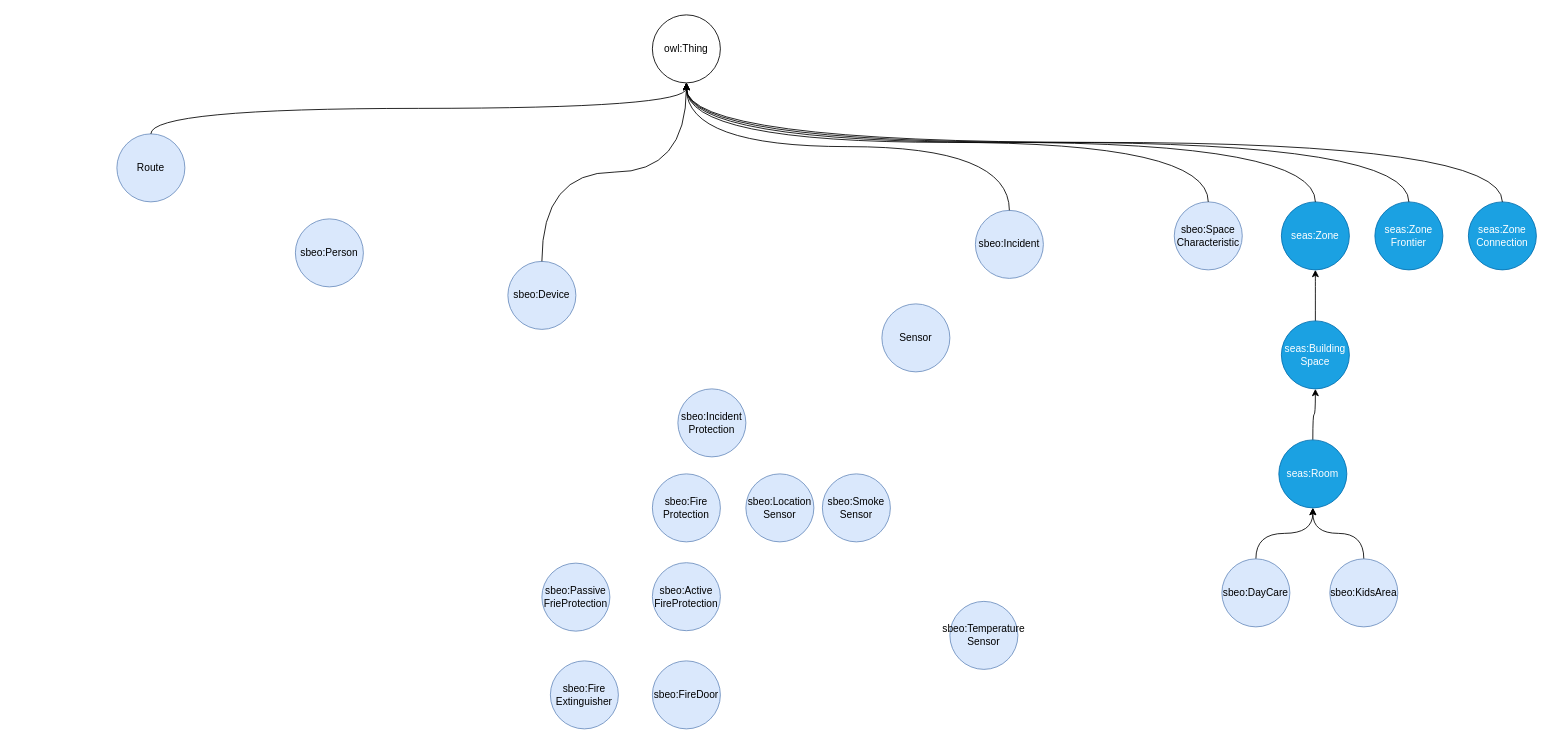
Earlier version of the draw.io diagram SBEO_Classes_PropertiesDiagram.drawio (qasimkhalid/SBEO). Source tidied: cells renumbered, new cells numbered last; positions are measured from the earlier drawing's top-left corner, leaving out a move shared by most shapes. Both pictures are drawn from the tidied source at 85%, with x=0, y=0 at pixel (116, 14).
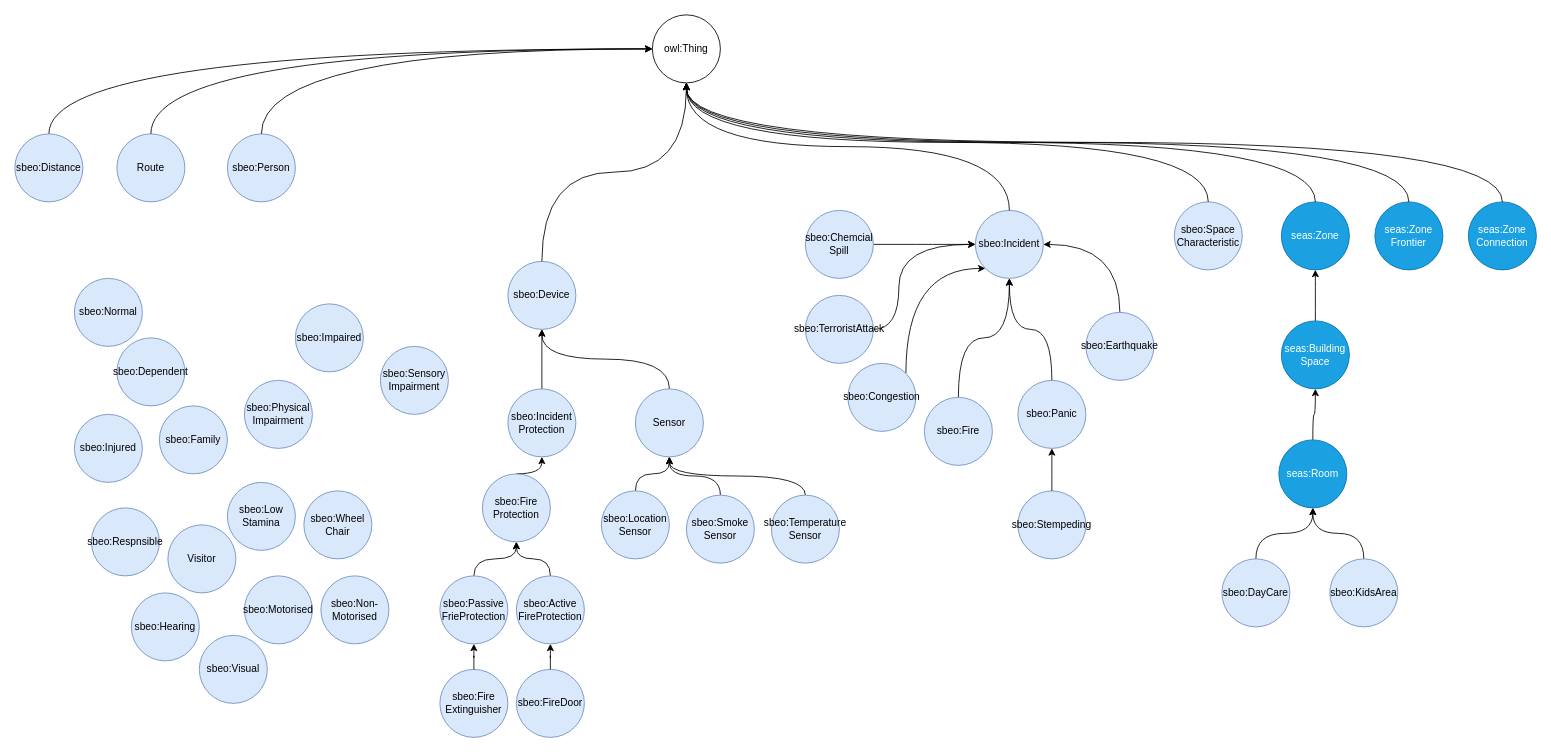
The same page after the edit.

The change refers to these unchanged cells:
```xml
<mxCell id="2" value="sbeo:Device" style="ellipse;whiteSpace=wrap;html=1;fillColor=#dae8fc;strokeColor=#6c8ebf;" parent="1" vertex="1">
  <mxGeometry x="460" y="290" width="80" height="80" as="geometry" />
</mxCell>
<mxCell id="5" value="sbeo:Incident" style="ellipse;whiteSpace=wrap;html=1;fillColor=#dae8fc;strokeColor=#6c8ebf;" parent="1" vertex="1">
  <mxGeometry x="1010" y="230" width="80" height="80" as="geometry" />
</mxCell>
<mxCell id="6" value="Route" style="ellipse;whiteSpace=wrap;html=1;fillColor=#dae8fc;strokeColor=#6c8ebf;" parent="1" vertex="1">
  <mxGeometry y="140" width="80" height="80" as="geometry" />
</mxCell>
<mxCell id="18" value="owl:Thing" style="ellipse;whiteSpace=wrap;html=1;" parent="1" vertex="1">
  <mxGeometry x="630" width="80" height="80" as="geometry" />
</mxCell>
```

Change to the diagram source:
```diff
@@
+    <mxCell id="36" style="edgeStyle=orthogonalEdgeStyle;curved=1;comic=0;jettySize=auto;html=1;exitX=0.5;exitY=1;exitDx=0;exitDy=0;shadow=0;startArrow=classic;startFill=1;endArrow=none;endFill=0;" parent="1" edge="1" source="2" target="19">
+      <mxGeometry relative="1" as="geometry" />
+    </mxCell>
+    <mxCell id="37" style="edgeStyle=orthogonalEdgeStyle;curved=1;comic=0;jettySize=auto;html=1;shadow=0;startArrow=classic;startFill=1;endArrow=none;endFill=0;exitX=0.5;exitY=1;exitDx=0;exitDy=0;" parent="1" edge="1" source="2" target="27">
+      <mxGeometry relative="1" as="geometry" />
+    </mxCell>
@@
     <mxCell id="4" value="sbeo:Person" style="ellipse;whiteSpace=wrap;html=1;fillColor=#dae8fc;strokeColor=#6c8ebf;" parent="1" vertex="1">
-      <mxGeometry x="210" y="240" width="80" height="80" as="geometry" />
+      <mxGeometry x="130" y="140" width="80" height="80" as="geometry" />
     </mxCell>
+    <mxCell id="38" style="edgeStyle=orthogonalEdgeStyle;curved=1;comic=0;jettySize=auto;html=1;entryX=1;entryY=0.5;entryDx=0;entryDy=0;shadow=0;startArrow=classic;startFill=1;endArrow=none;endFill=0;" parent="1" edge="1" source="5" target="62">
+      <mxGeometry relative="1" as="geometry" />
+    </mxCell>
+    <mxCell id="39" style="edgeStyle=orthogonalEdgeStyle;curved=1;comic=0;jettySize=auto;html=1;entryX=1;entryY=0.5;entryDx=0;entryDy=0;shadow=0;startArrow=classic;startFill=1;endArrow=none;endFill=0;" parent="1" edge="1" source="5" target="55">
+      <mxGeometry relative="1" as="geometry">
+        <Array as="points">
+          <mxPoint x="920" y="270" />
+          <mxPoint x="920" y="370" />
+        </Array>
+      </mxGeometry>
+    </mxCell>
+    <mxCell id="40" style="edgeStyle=orthogonalEdgeStyle;curved=1;comic=0;jettySize=auto;html=1;exitX=0.5;exitY=1;exitDx=0;exitDy=0;entryX=0.5;entryY=0;entryDx=0;entryDy=0;shadow=0;startArrow=classic;startFill=1;endArrow=none;endFill=0;" parent="1" edge="1" source="5" target="59">
+      <mxGeometry relative="1" as="geometry" />
+    </mxCell>
+    <mxCell id="41" style="edgeStyle=orthogonalEdgeStyle;curved=1;comic=0;jettySize=auto;html=1;entryX=0.5;entryY=0;entryDx=0;entryDy=0;shadow=0;startArrow=classic;startFill=1;endArrow=none;endFill=0;" parent="1" edge="1" source="5" target="58">
+      <mxGeometry relative="1" as="geometry" />
+    </mxCell>
+    <mxCell id="42" style="edgeStyle=orthogonalEdgeStyle;curved=1;comic=0;jettySize=auto;html=1;entryX=0.5;entryY=0;entryDx=0;entryDy=0;shadow=0;startArrow=classic;startFill=1;endArrow=none;endFill=0;exitX=1;exitY=0.5;exitDx=0;exitDy=0;" parent="1" edge="1" source="5" target="60">
+      <mxGeometry relative="1" as="geometry" />
+    </mxCell>
+    <mxCell id="43" style="edgeStyle=orthogonalEdgeStyle;curved=1;comic=0;jettySize=auto;html=1;exitX=0;exitY=1;exitDx=0;exitDy=0;entryX=1;entryY=0;entryDx=0;entryDy=0;shadow=0;startArrow=classic;startFill=1;endArrow=none;endFill=0;" parent="1" edge="1" source="5" target="61">
+      <mxGeometry relative="1" as="geometry" />
+    </mxCell>
@@
-    <mxCell id="11" style="edgeStyle=orthogonalEdgeStyle;curved=1;comic=0;jettySize=auto;html=1;exitX=0.5;exitY=1;exitDx=0;exitDy=0;entryX=0.5;entryY=0;entryDx=0;entryDy=0;shadow=0;startArrow=classic;startFill=1;endArrow=none;endFill=0;" parent="1" edge="1" source="18" target="6">
-      <mxGeometry relative="1" as="geometry" />
-    </mxCell>
@@
+    <mxCell id="44" style="edgeStyle=orthogonalEdgeStyle;curved=1;comic=0;jettySize=auto;html=1;shadow=0;startArrow=classic;startFill=1;endArrow=none;endFill=0;" parent="1" edge="1" source="18" target="54">
+      <mxGeometry relative="1" as="geometry" />
+    </mxCell>
+    <mxCell id="11" style="edgeStyle=orthogonalEdgeStyle;curved=1;comic=0;jettySize=auto;html=1;shadow=0;startArrow=classic;startFill=1;endArrow=none;endFill=0;" parent="1" edge="1" source="18" target="6">
+      <mxGeometry relative="1" as="geometry" />
+    </mxCell>
+    <mxCell id="45" style="edgeStyle=orthogonalEdgeStyle;curved=1;comic=0;jettySize=auto;html=1;entryX=0.5;entryY=0;entryDx=0;entryDy=0;shadow=0;startArrow=classic;startFill=1;endArrow=none;endFill=0;" parent="1" edge="1" source="18" target="4">
+      <mxGeometry relative="1" as="geometry" />
+    </mxCell>
@@
+    <mxCell id="46" style="edgeStyle=orthogonalEdgeStyle;curved=1;comic=0;jettySize=auto;html=1;exitX=0.5;exitY=1;exitDx=0;exitDy=0;shadow=0;startArrow=classic;startFill=1;endArrow=none;endFill=0;" parent="1" edge="1" source="19" target="28">
+      <mxGeometry relative="1" as="geometry" />
+    </mxCell>
     <mxCell id="19" value="sbeo:Incident&lt;br&gt;Protection" style="ellipse;whiteSpace=wrap;html=1;fillColor=#dae8fc;strokeColor=#6c8ebf;" parent="1" vertex="1">
-      <mxGeometry x="660" y="440" width="80" height="80" as="geometry" />
+      <mxGeometry x="460" y="440" width="80" height="80" as="geometry" />
     </mxCell>
@@
+    <mxCell id="47" style="edgeStyle=orthogonalEdgeStyle;curved=1;comic=0;jettySize=auto;html=1;shadow=0;startArrow=classic;startFill=1;endArrow=none;endFill=0;" parent="1" edge="1" source="27" target="31">
+      <mxGeometry relative="1" as="geometry" />
+    </mxCell>
+    <mxCell id="48" style="edgeStyle=orthogonalEdgeStyle;curved=1;comic=0;jettySize=auto;html=1;exitX=0.5;exitY=1;exitDx=0;exitDy=0;shadow=0;startArrow=classic;startFill=1;endArrow=none;endFill=0;" parent="1" edge="1" source="27" target="30">
+      <mxGeometry relative="1" as="geometry" />
+    </mxCell>
+    <mxCell id="49" style="edgeStyle=orthogonalEdgeStyle;curved=1;comic=0;jettySize=auto;html=1;entryX=0.5;entryY=0;entryDx=0;entryDy=0;shadow=0;startArrow=classic;startFill=1;endArrow=none;endFill=0;exitX=0.5;exitY=1;exitDx=0;exitDy=0;" parent="1" edge="1" source="27" target="29">
+      <mxGeometry relative="1" as="geometry" />
+    </mxCell>
     <mxCell id="27" value="Sensor" style="ellipse;whiteSpace=wrap;html=1;fillColor=#dae8fc;strokeColor=#6c8ebf;" parent="1" vertex="1">
-      <mxGeometry x="900" y="340" width="80" height="80" as="geometry" />
+      <mxGeometry x="610" y="440" width="80" height="80" as="geometry" />
     </mxCell>
+    <mxCell id="50" style="edgeStyle=orthogonalEdgeStyle;curved=1;comic=0;jettySize=auto;html=1;exitX=0.5;exitY=1;exitDx=0;exitDy=0;shadow=0;startArrow=classic;startFill=1;endArrow=none;endFill=0;" parent="1" edge="1" source="28" target="34">
+      <mxGeometry relative="1" as="geometry" />
+    </mxCell>
+    <mxCell id="51" style="edgeStyle=orthogonalEdgeStyle;curved=1;comic=0;jettySize=auto;html=1;shadow=0;startArrow=classic;startFill=1;endArrow=none;endFill=0;exitX=0.5;exitY=1;exitDx=0;exitDy=0;" parent="1" edge="1" source="28" target="35">
+      <mxGeometry relative="1" as="geometry" />
+    </mxCell>
     <mxCell id="28" value="sbeo:Fire&lt;br&gt;Protection" style="ellipse;whiteSpace=wrap;html=1;fillColor=#dae8fc;strokeColor=#6c8ebf;" parent="1" vertex="1">
-      <mxGeometry x="630" y="540" width="80" height="80" as="geometry" />
+      <mxGeometry x="430" y="540" width="80" height="80" as="geometry" />
     </mxCell>
     <mxCell id="29" value="&lt;span style=&quot;white-space: normal&quot;&gt;sbeo:Temperature&lt;br&gt;Sensor&lt;br&gt;&lt;/span&gt;" style="ellipse;whiteSpace=wrap;html=1;fillColor=#dae8fc;strokeColor=#6c8ebf;" parent="1" vertex="1">
-      <mxGeometry x="980" y="690" width="80" height="80" as="geometry" />
+      <mxGeometry x="770" y="565" width="80" height="80" as="geometry" />
     </mxCell>
     <mxCell id="30" value="&lt;span style=&quot;white-space: normal&quot;&gt;sbeo:Smoke&lt;br&gt;Sensor&lt;/span&gt;" style="ellipse;whiteSpace=wrap;html=1;fillColor=#dae8fc;strokeColor=#6c8ebf;" parent="1" vertex="1">
-      <mxGeometry x="830" y="540" width="80" height="80" as="geometry" />
+      <mxGeometry x="670" y="565" width="80" height="80" as="geometry" />
     </mxCell>
     <mxCell id="31" value="&lt;span style=&quot;white-space: normal&quot;&gt;sbeo:Location&lt;br&gt;Sensor&lt;/span&gt;" style="ellipse;whiteSpace=wrap;html=1;fillColor=#dae8fc;strokeColor=#6c8ebf;" parent="1" vertex="1">
-      <mxGeometry x="740" y="540" width="80" height="80" as="geometry" />
+      <mxGeometry x="570" y="560" width="80" height="80" as="geometry" />
     </mxCell>
     <mxCell id="32" value="&lt;span style=&quot;white-space: normal&quot;&gt;sbeo:FireDoor&lt;/span&gt;" style="ellipse;whiteSpace=wrap;html=1;fillColor=#dae8fc;strokeColor=#6c8ebf;" parent="1" vertex="1">
-      <mxGeometry x="630" y="760" width="80" height="80" as="geometry" />
+      <mxGeometry x="470" y="770" width="80" height="80" as="geometry" />
     </mxCell>
     <mxCell id="33" value="&lt;span style=&quot;white-space: normal&quot;&gt;sbeo:Fire&lt;br&gt;Extinguisher&lt;br&gt;&lt;/span&gt;" style="ellipse;whiteSpace=wrap;html=1;fillColor=#dae8fc;strokeColor=#6c8ebf;" parent="1" vertex="1">
-      <mxGeometry x="510" y="760" width="80" height="80" as="geometry" />
+      <mxGeometry x="380" y="770" width="80" height="80" as="geometry" />
     </mxCell>
+    <mxCell id="52" style="edgeStyle=orthogonalEdgeStyle;curved=1;comic=0;jettySize=auto;html=1;shadow=0;startArrow=classic;startFill=1;endArrow=none;endFill=0;" parent="1" edge="1" source="34" target="33">
+      <mxGeometry relative="1" as="geometry" />
+    </mxCell>
     <mxCell id="34" value="&lt;span style=&quot;white-space: normal&quot;&gt;sbeo:Passive&lt;br&gt;FrieProtection&lt;br&gt;&lt;/span&gt;" style="ellipse;whiteSpace=wrap;html=1;fillColor=#dae8fc;strokeColor=#6c8ebf;" parent="1" vertex="1">
-      <mxGeometry x="500" y="645" width="80" height="80" as="geometry" />
+      <mxGeometry x="380" y="660" width="80" height="80" as="geometry" />
     </mxCell>
+    <mxCell id="53" style="edgeStyle=orthogonalEdgeStyle;curved=1;comic=0;jettySize=auto;html=1;entryX=0.5;entryY=0;entryDx=0;entryDy=0;shadow=0;startArrow=classic;startFill=1;endArrow=none;endFill=0;" parent="1" edge="1" source="35" target="32">
+      <mxGeometry relative="1" as="geometry" />
+    </mxCell>
     <mxCell id="35" value="&lt;span style=&quot;white-space: normal&quot;&gt;sbeo:Active&lt;br&gt;FireProtection&lt;/span&gt;" style="ellipse;whiteSpace=wrap;html=1;fillColor=#dae8fc;strokeColor=#6c8ebf;" parent="1" vertex="1">
-      <mxGeometry x="630" y="644.5" width="80" height="80" as="geometry" />
+      <mxGeometry x="470" y="660" width="80" height="80" as="geometry" />
     </mxCell>
+    <mxCell id="54" value="&lt;span style=&quot;white-space: normal&quot;&gt;sbeo:Distance&lt;/span&gt;" style="ellipse;whiteSpace=wrap;html=1;fillColor=#dae8fc;strokeColor=#6c8ebf;" parent="1" vertex="1">
+      <mxGeometry x="-120" y="140" width="80" height="80" as="geometry" />
+    </mxCell>
+    <mxCell id="55" value="&lt;span style=&quot;white-space: normal&quot;&gt;sbeo:TerroristAttack&lt;/span&gt;" style="ellipse;whiteSpace=wrap;html=1;fillColor=#dae8fc;strokeColor=#6c8ebf;" parent="1" vertex="1">
+      <mxGeometry x="810" y="330" width="80" height="80" as="geometry" />
+    </mxCell>
+    <mxCell id="56" value="&lt;span style=&quot;white-space: normal&quot;&gt;sbeo:Stempeding&lt;/span&gt;" style="ellipse;whiteSpace=wrap;html=1;fillColor=#dae8fc;strokeColor=#6c8ebf;" parent="1" vertex="1">
+      <mxGeometry x="1060" y="560" width="80" height="80" as="geometry" />
+    </mxCell>
+    <mxCell id="57" style="edgeStyle=orthogonalEdgeStyle;curved=1;comic=0;jettySize=auto;html=1;entryX=0.5;entryY=0;entryDx=0;entryDy=0;shadow=0;startArrow=classic;startFill=1;endArrow=none;endFill=0;" parent="1" edge="1" source="58" target="56">
+      <mxGeometry relative="1" as="geometry" />
+    </mxCell>
+    <mxCell id="58" value="&lt;span style=&quot;white-space: normal&quot;&gt;sbeo:Panic&lt;/span&gt;" style="ellipse;whiteSpace=wrap;html=1;fillColor=#dae8fc;strokeColor=#6c8ebf;" parent="1" vertex="1">
+      <mxGeometry x="1060" y="430" width="80" height="80" as="geometry" />
+    </mxCell>
+    <mxCell id="59" value="sbeo:Fire" style="ellipse;whiteSpace=wrap;html=1;fillColor=#dae8fc;strokeColor=#6c8ebf;" parent="1" vertex="1">
+      <mxGeometry x="950" y="450" width="80" height="80" as="geometry" />
+    </mxCell>
+    <mxCell id="60" value="&lt;span style=&quot;white-space: normal&quot;&gt;sbeo:Earthquake&lt;/span&gt;" style="ellipse;whiteSpace=wrap;html=1;fillColor=#dae8fc;strokeColor=#6c8ebf;" parent="1" vertex="1">
+      <mxGeometry x="1140" y="350" width="80" height="80" as="geometry" />
+    </mxCell>
+    <mxCell id="61" value="&lt;span style=&quot;white-space: normal&quot;&gt;sbeo:Congestion&lt;/span&gt;" style="ellipse;whiteSpace=wrap;html=1;fillColor=#dae8fc;strokeColor=#6c8ebf;" parent="1" vertex="1">
+      <mxGeometry x="860" y="410" width="80" height="80" as="geometry" />
+    </mxCell>
+    <mxCell id="62" value="&lt;span style=&quot;white-space: normal&quot;&gt;sbeo:Chemcial&lt;br&gt;Spill&lt;/span&gt;" style="ellipse;whiteSpace=wrap;html=1;fillColor=#dae8fc;strokeColor=#6c8ebf;" parent="1" vertex="1">
+      <mxGeometry x="810" y="230" width="80" height="80" as="geometry" />
+    </mxCell>
+    <mxCell id="63" value="&lt;span style=&quot;white-space: normal&quot;&gt;sbeo:Dependent&lt;/span&gt;" style="ellipse;whiteSpace=wrap;html=1;fillColor=#dae8fc;strokeColor=#6c8ebf;" parent="1" vertex="1">
+      <mxGeometry y="380" width="80" height="80" as="geometry" />
+    </mxCell>
+    <mxCell id="64" value="sbeo:Visual" style="ellipse;whiteSpace=wrap;html=1;fillColor=#dae8fc;strokeColor=#6c8ebf;" parent="1" vertex="1">
+      <mxGeometry x="97" y="730" width="80" height="80" as="geometry" />
+    </mxCell>
+    <mxCell id="65" value="&lt;span style=&quot;white-space: normal&quot;&gt;sbeo:Hearing&lt;/span&gt;" style="ellipse;whiteSpace=wrap;html=1;fillColor=#dae8fc;strokeColor=#6c8ebf;" parent="1" vertex="1">
+      <mxGeometry x="17" y="680" width="80" height="80" as="geometry" />
+    </mxCell>
+    <mxCell id="66" value="&lt;span style=&quot;white-space: normal&quot;&gt;sbeo:Non-Motorised&lt;/span&gt;" style="ellipse;whiteSpace=wrap;html=1;fillColor=#dae8fc;strokeColor=#6c8ebf;" parent="1" vertex="1">
+      <mxGeometry x="240" y="660" width="80" height="80" as="geometry" />
+    </mxCell>
+    <mxCell id="67" value="&lt;span style=&quot;white-space: normal&quot;&gt;sbeo:Motorised&lt;/span&gt;" style="ellipse;whiteSpace=wrap;html=1;fillColor=#dae8fc;strokeColor=#6c8ebf;" parent="1" vertex="1">
+      <mxGeometry x="150" y="660" width="80" height="80" as="geometry" />
+    </mxCell>
+    <mxCell id="68" value="&lt;span style=&quot;white-space: normal&quot;&gt;sbeo:Wheel&lt;br&gt;Chair&lt;/span&gt;" style="ellipse;whiteSpace=wrap;html=1;fillColor=#dae8fc;strokeColor=#6c8ebf;" parent="1" vertex="1">
+      <mxGeometry x="220" y="560" width="80" height="80" as="geometry" />
+    </mxCell>
+    <mxCell id="69" value="&lt;span style=&quot;white-space: normal&quot;&gt;sbeo:Low&lt;br&gt;Stamina&lt;/span&gt;" style="ellipse;whiteSpace=wrap;html=1;fillColor=#dae8fc;strokeColor=#6c8ebf;" parent="1" vertex="1">
+      <mxGeometry x="130" y="550" width="80" height="80" as="geometry" />
+    </mxCell>
+    <mxCell id="70" value="&lt;span style=&quot;white-space: normal&quot;&gt;sbeo:Sensory&lt;br&gt;Impairment&lt;/span&gt;" style="ellipse;whiteSpace=wrap;html=1;fillColor=#dae8fc;strokeColor=#6c8ebf;" parent="1" vertex="1">
+      <mxGeometry x="310" y="390" width="80" height="80" as="geometry" />
+    </mxCell>
+    <mxCell id="71" value="&lt;span style=&quot;white-space: normal&quot;&gt;sbeo:Physical&lt;br&gt;Impairment&lt;br&gt;&lt;/span&gt;" style="ellipse;whiteSpace=wrap;html=1;fillColor=#dae8fc;strokeColor=#6c8ebf;" parent="1" vertex="1">
+      <mxGeometry x="150" y="430" width="80" height="80" as="geometry" />
+    </mxCell>
+    <mxCell id="72" value="Visitor" style="ellipse;whiteSpace=wrap;html=1;fillColor=#dae8fc;strokeColor=#6c8ebf;" parent="1" vertex="1">
+      <mxGeometry x="60" y="600" width="80" height="80" as="geometry" />
+    </mxCell>
+    <mxCell id="73" value="&lt;span style=&quot;white-space: normal&quot;&gt;sbeo:Respnsible&lt;/span&gt;" style="ellipse;whiteSpace=wrap;html=1;fillColor=#dae8fc;strokeColor=#6c8ebf;" parent="1" vertex="1">
+      <mxGeometry x="-30" y="580" width="80" height="80" as="geometry" />
+    </mxCell>
+    <mxCell id="74" value="&lt;span style=&quot;white-space: normal&quot;&gt;sbeo:Normal&lt;/span&gt;" style="ellipse;whiteSpace=wrap;html=1;fillColor=#dae8fc;strokeColor=#6c8ebf;" parent="1" vertex="1">
+      <mxGeometry x="-50" y="310" width="80" height="80" as="geometry" />
+    </mxCell>
+    <mxCell id="75" value="&lt;span style=&quot;white-space: normal&quot;&gt;sbeo:Injured&lt;/span&gt;" style="ellipse;whiteSpace=wrap;html=1;fillColor=#dae8fc;strokeColor=#6c8ebf;" parent="1" vertex="1">
+      <mxGeometry x="-50" y="470" width="80" height="80" as="geometry" />
+    </mxCell>
+    <mxCell id="76" value="&lt;span style=&quot;white-space: normal&quot;&gt;sbeo:Impaired&lt;/span&gt;" style="ellipse;whiteSpace=wrap;html=1;fillColor=#dae8fc;strokeColor=#6c8ebf;" parent="1" vertex="1">
+      <mxGeometry x="210" y="340" width="80" height="80" as="geometry" />
+    </mxCell>
+    <mxCell id="77" value="&lt;span style=&quot;white-space: normal&quot;&gt;sbeo:Family&lt;/span&gt;" style="ellipse;whiteSpace=wrap;html=1;fillColor=#dae8fc;strokeColor=#6c8ebf;" parent="1" vertex="1">
+      <mxGeometry x="50" y="460" width="80" height="80" as="geometry" />
+    </mxCell>
```
